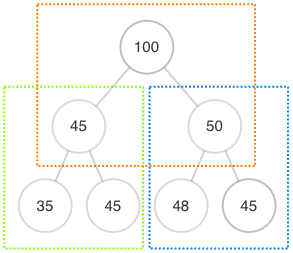
Before: pqueue/pqueue_basic_cbt.png, a diagram exported from draw.io (lgreco/images). Source tidied: cells renumbered, new cells last; positions are measured from the earlier drawing's top-left corner, leaving out a move shared by most shapes. The source it was exported from:
```xml
<mxGraphModel>
  <root>
    <mxCell id="0" />
    <mxCell id="1" parent="0" />
    <mxCell id="2" style="rounded=0;whiteSpace=wrap;html=1;fillColor=none;strokeColor=#80FF00;strokeWidth=3;dashed=1;dashPattern=1 1;" parent="1" vertex="1">
      <mxGeometry y="125" width="210" height="245" as="geometry" />
    </mxCell>
    <mxCell id="3" style="rounded=0;whiteSpace=wrap;html=1;fillColor=none;strokeColor=#007FFF;strokeWidth=3;dashed=1;dashPattern=1 1;" parent="1" vertex="1">
      <mxGeometry x="220" y="125" width="210" height="245" as="geometry" />
    </mxCell>
    <mxCell id="4" style="rounded=0;whiteSpace=wrap;html=1;fillColor=none;strokeColor=#FF8000;strokeWidth=3;dashed=1;dashPattern=1 1;" parent="1" vertex="1">
      <mxGeometry x="50" width="330" height="245" as="geometry" />
    </mxCell>
    <mxCell id="5" value="100" style="ellipse;whiteSpace=wrap;html=1;fillColor=none;strokeColor=#808080;fontColor=#333333;strokeWidth=3;opacity=50;fontSize=23;" parent="1" vertex="1">
      <mxGeometry x="176" y="25" width="80" height="80" as="geometry" />
    </mxCell>
    <mxCell id="6" value="45" style="ellipse;whiteSpace=wrap;html=1;fillColor=none;strokeColor=#808080;fontColor=#333333;strokeWidth=3;opacity=30;fontSize=23;" parent="1" vertex="1">
      <mxGeometry x="73" y="145" width="80" height="80" as="geometry" />
    </mxCell>
    <mxCell id="7" value="50" style="ellipse;whiteSpace=wrap;html=1;fillColor=none;strokeColor=#808080;fontColor=#333333;strokeWidth=3;opacity=30;fontSize=23;" parent="1" vertex="1">
      <mxGeometry x="279" y="145" width="80" height="80" as="geometry" />
    </mxCell>
    <mxCell id="8" value="35" style="ellipse;whiteSpace=wrap;html=1;fillColor=none;strokeColor=#808080;fontColor=#333333;strokeWidth=3;opacity=30;fontSize=23;" parent="1" vertex="1">
      <mxGeometry x="22" y="265" width="80" height="80" as="geometry" />
    </mxCell>
    <mxCell id="9" value="45" style="ellipse;whiteSpace=wrap;html=1;fillColor=none;strokeColor=#808080;fontColor=#333333;strokeWidth=3;opacity=30;fontSize=23;" parent="1" vertex="1">
      <mxGeometry x="125" y="265" width="80" height="80" as="geometry" />
    </mxCell>
    <mxCell id="10" value="48" style="ellipse;whiteSpace=wrap;html=1;fillColor=none;strokeColor=#808080;fontColor=#333333;strokeWidth=3;opacity=30;fontSize=23;" parent="1" vertex="1">
      <mxGeometry x="228" y="265" width="80" height="80" as="geometry" />
    </mxCell>
    <mxCell id="11" value="45" style="ellipse;whiteSpace=wrap;html=1;fillColor=none;strokeColor=#808080;fontColor=#333333;strokeWidth=3;opacity=50;fontSize=23;" parent="1" vertex="1">
      <mxGeometry x="331" y="265" width="80" height="80" as="geometry" />
    </mxCell>
    <mxCell id="12" style="endArrow=none;html=1;rounded=0;strokeWidth=3;strokeColor=#666666;opacity=30;fontSize=23;fontColor=#333333;" parent="1" edge="1" source="6" target="5">
      <mxGeometry relative="1" as="geometry" />
    </mxCell>
    <mxCell id="13" style="endArrow=none;html=1;rounded=0;strokeWidth=3;strokeColor=#666666;opacity=30;fontSize=23;fontColor=#333333;" parent="1" edge="1" source="7" target="5">
      <mxGeometry relative="1" as="geometry" />
    </mxCell>
    <mxCell id="14" style="endArrow=none;html=1;rounded=0;strokeWidth=3;strokeColor=#666666;opacity=30;fontSize=23;fontColor=#333333;" parent="1" edge="1" source="11" target="7">
      <mxGeometry relative="1" as="geometry" />
    </mxCell>
    <mxCell id="15" style="endArrow=none;html=1;rounded=0;strokeWidth=3;strokeColor=#666666;opacity=30;fontSize=23;fontColor=#333333;" parent="1" edge="1" source="10" target="7">
      <mxGeometry relative="1" as="geometry" />
    </mxCell>
    <mxCell id="16" style="endArrow=none;html=1;rounded=0;strokeWidth=3;strokeColor=#666666;opacity=30;fontSize=23;fontColor=#333333;" parent="1" edge="1" source="9" target="6">
      <mxGeometry relative="1" as="geometry" />
    </mxCell>
    <mxCell id="17" style="endArrow=none;html=1;rounded=0;strokeWidth=3;strokeColor=#666666;opacity=30;fontSize=23;fontColor=#333333;" parent="1" edge="1" source="8" target="6">
      <mxGeometry relative="1" as="geometry" />
    </mxCell>
  </root>
</mxGraphModel>
```
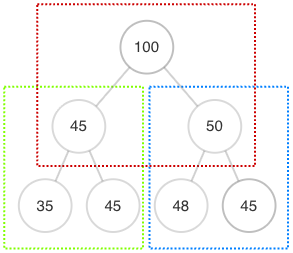
Above is the later version.

What changed in the source:
```diff
@@ -8,7 +8,7 @@
     <mxCell id="3" style="rounded=0;whiteSpace=wrap;html=1;fillColor=none;strokeColor=#007FFF;strokeWidth=3;dashed=1;dashPattern=1 1;" parent="1" vertex="1">
       <mxGeometry x="220" y="125" width="210" height="245" as="geometry" />
     </mxCell>
-    <mxCell id="4" style="rounded=0;whiteSpace=wrap;html=1;fillColor=none;strokeColor=#FF8000;strokeWidth=3;dashed=1;dashPattern=1 1;" parent="1" vertex="1">
+    <mxCell id="4" style="rounded=0;whiteSpace=wrap;html=1;fillColor=none;strokeColor=#CC0000;strokeWidth=3;dashed=1;dashPattern=1 1;" parent="1" vertex="1">
       <mxGeometry x="50" width="330" height="245" as="geometry" />
     </mxCell>
     <mxCell id="5" value="100" style="ellipse;whiteSpace=wrap;html=1;fillColor=none;strokeColor=#808080;fontColor=#333333;strokeWidth=3;opacity=50;fontSize=23;" parent="1" vertex="1">
```
